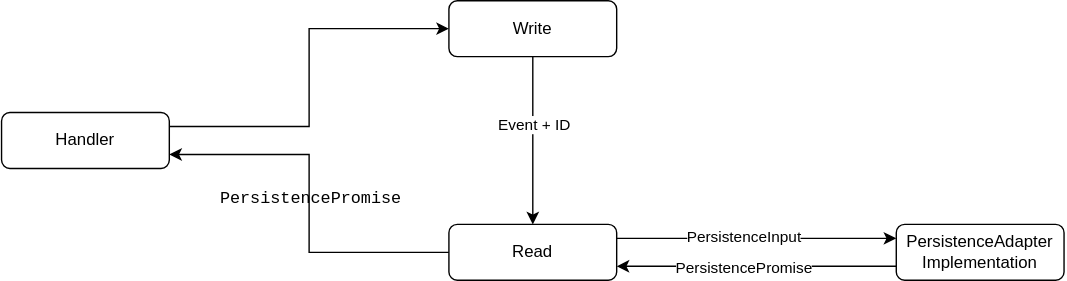
The draw.io diagram doc/overview.svg in Judahh/flexiblePersistence, before a commit. Source tidied: cells renumbered, new cells last; positions are measured from the earlier drawing's top-left corner, leaving out a move shared by most shapes. Its diagram source:
```xml
<mxGraphModel>
  <root>
    <mxCell id="0" />
    <mxCell id="1" parent="0" />
    <mxCell id="2" style="edgeStyle=orthogonalEdgeStyle;rounded=0;jettySize=auto;html=1;exitX=1;exitY=0.25;exitDx=0;exitDy=0;entryX=0;entryY=0.5;entryDx=0;entryDy=0;" parent="1" edge="1" source="3" target="6">
      <mxGeometry relative="1" as="geometry" />
    </mxCell>
    <mxCell id="3" value="Handler" style="rounded=1;whiteSpace=wrap;html=1;fontSize=12;glass=0;strokeWidth=1;shadow=0;" parent="1" vertex="1">
      <mxGeometry y="80" width="120" height="40" as="geometry" />
    </mxCell>
    <mxCell id="4" style="edgeStyle=orthogonalEdgeStyle;rounded=0;jettySize=auto;html=1;exitX=0.5;exitY=1;exitDx=0;exitDy=0;" parent="1" edge="1" source="6" target="11">
      <mxGeometry relative="1" as="geometry" />
    </mxCell>
    <mxCell id="5" value="Event + ID" style="edgeLabel;html=1;align=center;verticalAlign=middle;" parent="4" vertex="1">
      <mxGeometry x="-0.2" relative="1" as="geometry" />
    </mxCell>
    <mxCell id="6" value="Write" style="rounded=1;whiteSpace=wrap;html=1;fontSize=12;glass=0;strokeWidth=1;shadow=0;" parent="1" vertex="1">
      <mxGeometry x="320" width="120" height="40" as="geometry" />
    </mxCell>
    <mxCell id="7" style="edgeStyle=orthogonalEdgeStyle;rounded=0;jettySize=auto;html=1;exitX=0;exitY=0.5;exitDx=0;exitDy=0;entryX=1;entryY=0.75;entryDx=0;entryDy=0;" parent="1" edge="1" source="11" target="3">
      <mxGeometry relative="1" as="geometry" />
    </mxCell>
    <mxCell id="8" value="&lt;div style=&quot;font-family: menlo, monaco, &amp;quot;courier new&amp;quot;, monospace; font-size: 12px; line-height: 18px;&quot;&gt;PersistencePromise&lt;/div&gt;" style="edgeLabel;html=1;align=center;verticalAlign=middle;labelBackgroundColor=none;" parent="7" vertex="1">
      <mxGeometry x="0.04" relative="1" as="geometry" />
    </mxCell>
    <mxCell id="9" style="edgeStyle=orthogonalEdgeStyle;rounded=0;jettySize=auto;html=1;exitX=1;exitY=0.25;exitDx=0;exitDy=0;entryX=0;entryY=0.25;entryDx=0;entryDy=0;fontColor=#000000;" parent="1" edge="1" source="11" target="14">
      <mxGeometry relative="1" as="geometry" />
    </mxCell>
    <mxCell id="10" value="PersistenceInput" style="edgeLabel;html=1;align=center;verticalAlign=middle;fontColor=#000000;" parent="9" vertex="1">
      <mxGeometry x="-0.09" y="2" relative="1" as="geometry" />
    </mxCell>
    <mxCell id="11" value="Read" style="rounded=1;whiteSpace=wrap;html=1;fontSize=12;glass=0;strokeWidth=1;shadow=0;" parent="1" vertex="1">
      <mxGeometry x="320" y="160" width="120" height="40" as="geometry" />
    </mxCell>
    <mxCell id="12" style="edgeStyle=orthogonalEdgeStyle;rounded=0;jettySize=auto;html=1;exitX=0;exitY=0.75;exitDx=0;exitDy=0;entryX=1;entryY=0.75;entryDx=0;entryDy=0;fontColor=#000000;" parent="1" edge="1" source="14" target="11">
      <mxGeometry relative="1" as="geometry" />
    </mxCell>
    <mxCell id="13" value="PersistencePromise" style="edgeLabel;html=1;align=center;verticalAlign=middle;fontColor=#000000;" parent="12" vertex="1">
      <mxGeometry x="0.1" relative="1" as="geometry" />
    </mxCell>
    <mxCell id="14" value="PersistenceAdapter Implementation" style="rounded=1;whiteSpace=wrap;html=1;fontSize=12;glass=0;strokeWidth=1;shadow=0;" parent="1" vertex="1">
      <mxGeometry x="640" y="160" width="120" height="40" as="geometry" />
    </mxCell>
  </root>
</mxGraphModel>
```
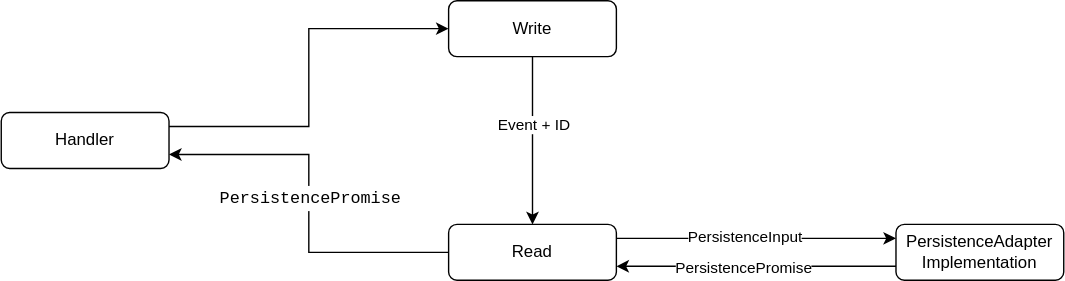
After the change.

Diff of the diagram source:
```diff
@@ -11,7 +11,7 @@
     <mxCell id="4" style="edgeStyle=orthogonalEdgeStyle;rounded=0;jettySize=auto;html=1;exitX=0.5;exitY=1;exitDx=0;exitDy=0;" parent="1" edge="1" source="6" target="11">
       <mxGeometry relative="1" as="geometry" />
     </mxCell>
-    <mxCell id="5" value="Event + ID" style="edgeLabel;html=1;align=center;verticalAlign=middle;" parent="4" vertex="1">
+    <mxCell id="5" value="Event + ID" style="edgeLabel;html=1;align=center;verticalAlign=middle;labelBackgroundColor=#ffffff;" parent="4" vertex="1">
       <mxGeometry x="-0.2" relative="1" as="geometry" />
     </mxCell>
     <mxCell id="6" value="Write" style="rounded=1;whiteSpace=wrap;html=1;fontSize=12;glass=0;strokeWidth=1;shadow=0;" parent="1" vertex="1">
@@ -20,13 +20,13 @@
     <mxCell id="7" style="edgeStyle=orthogonalEdgeStyle;rounded=0;jettySize=auto;html=1;exitX=0;exitY=0.5;exitDx=0;exitDy=0;entryX=1;entryY=0.75;entryDx=0;entryDy=0;" parent="1" edge="1" source="11" target="3">
       <mxGeometry relative="1" as="geometry" />
     </mxCell>
-    <mxCell id="8" value="&lt;div style=&quot;font-family: menlo, monaco, &amp;quot;courier new&amp;quot;, monospace; font-size: 12px; line-height: 18px;&quot;&gt;PersistencePromise&lt;/div&gt;" style="edgeLabel;html=1;align=center;verticalAlign=middle;labelBackgroundColor=none;" parent="7" vertex="1">
+    <mxCell id="8" value="&lt;div style=&quot;font-family: menlo, monaco, &amp;quot;courier new&amp;quot;, monospace; font-size: 12px; line-height: 18px;&quot;&gt;PersistencePromise&lt;/div&gt;" style="edgeLabel;html=1;align=center;verticalAlign=middle;labelBackgroundColor=#ffffff;" parent="7" vertex="1">
       <mxGeometry x="0.04" relative="1" as="geometry" />
     </mxCell>
     <mxCell id="9" style="edgeStyle=orthogonalEdgeStyle;rounded=0;jettySize=auto;html=1;exitX=1;exitY=0.25;exitDx=0;exitDy=0;entryX=0;entryY=0.25;entryDx=0;entryDy=0;fontColor=#000000;" parent="1" edge="1" source="11" target="14">
       <mxGeometry relative="1" as="geometry" />
     </mxCell>
-    <mxCell id="10" value="PersistenceInput" style="edgeLabel;html=1;align=center;verticalAlign=middle;fontColor=#000000;" parent="9" vertex="1">
+    <mxCell id="10" value="PersistenceInput" style="edgeLabel;html=1;align=center;verticalAlign=middle;fontColor=#000000;labelBackgroundColor=#ffffff;" parent="9" vertex="1">
       <mxGeometry x="-0.09" y="2" relative="1" as="geometry" />
     </mxCell>
     <mxCell id="11" value="Read" style="rounded=1;whiteSpace=wrap;html=1;fontSize=12;glass=0;strokeWidth=1;shadow=0;" parent="1" vertex="1">
```
